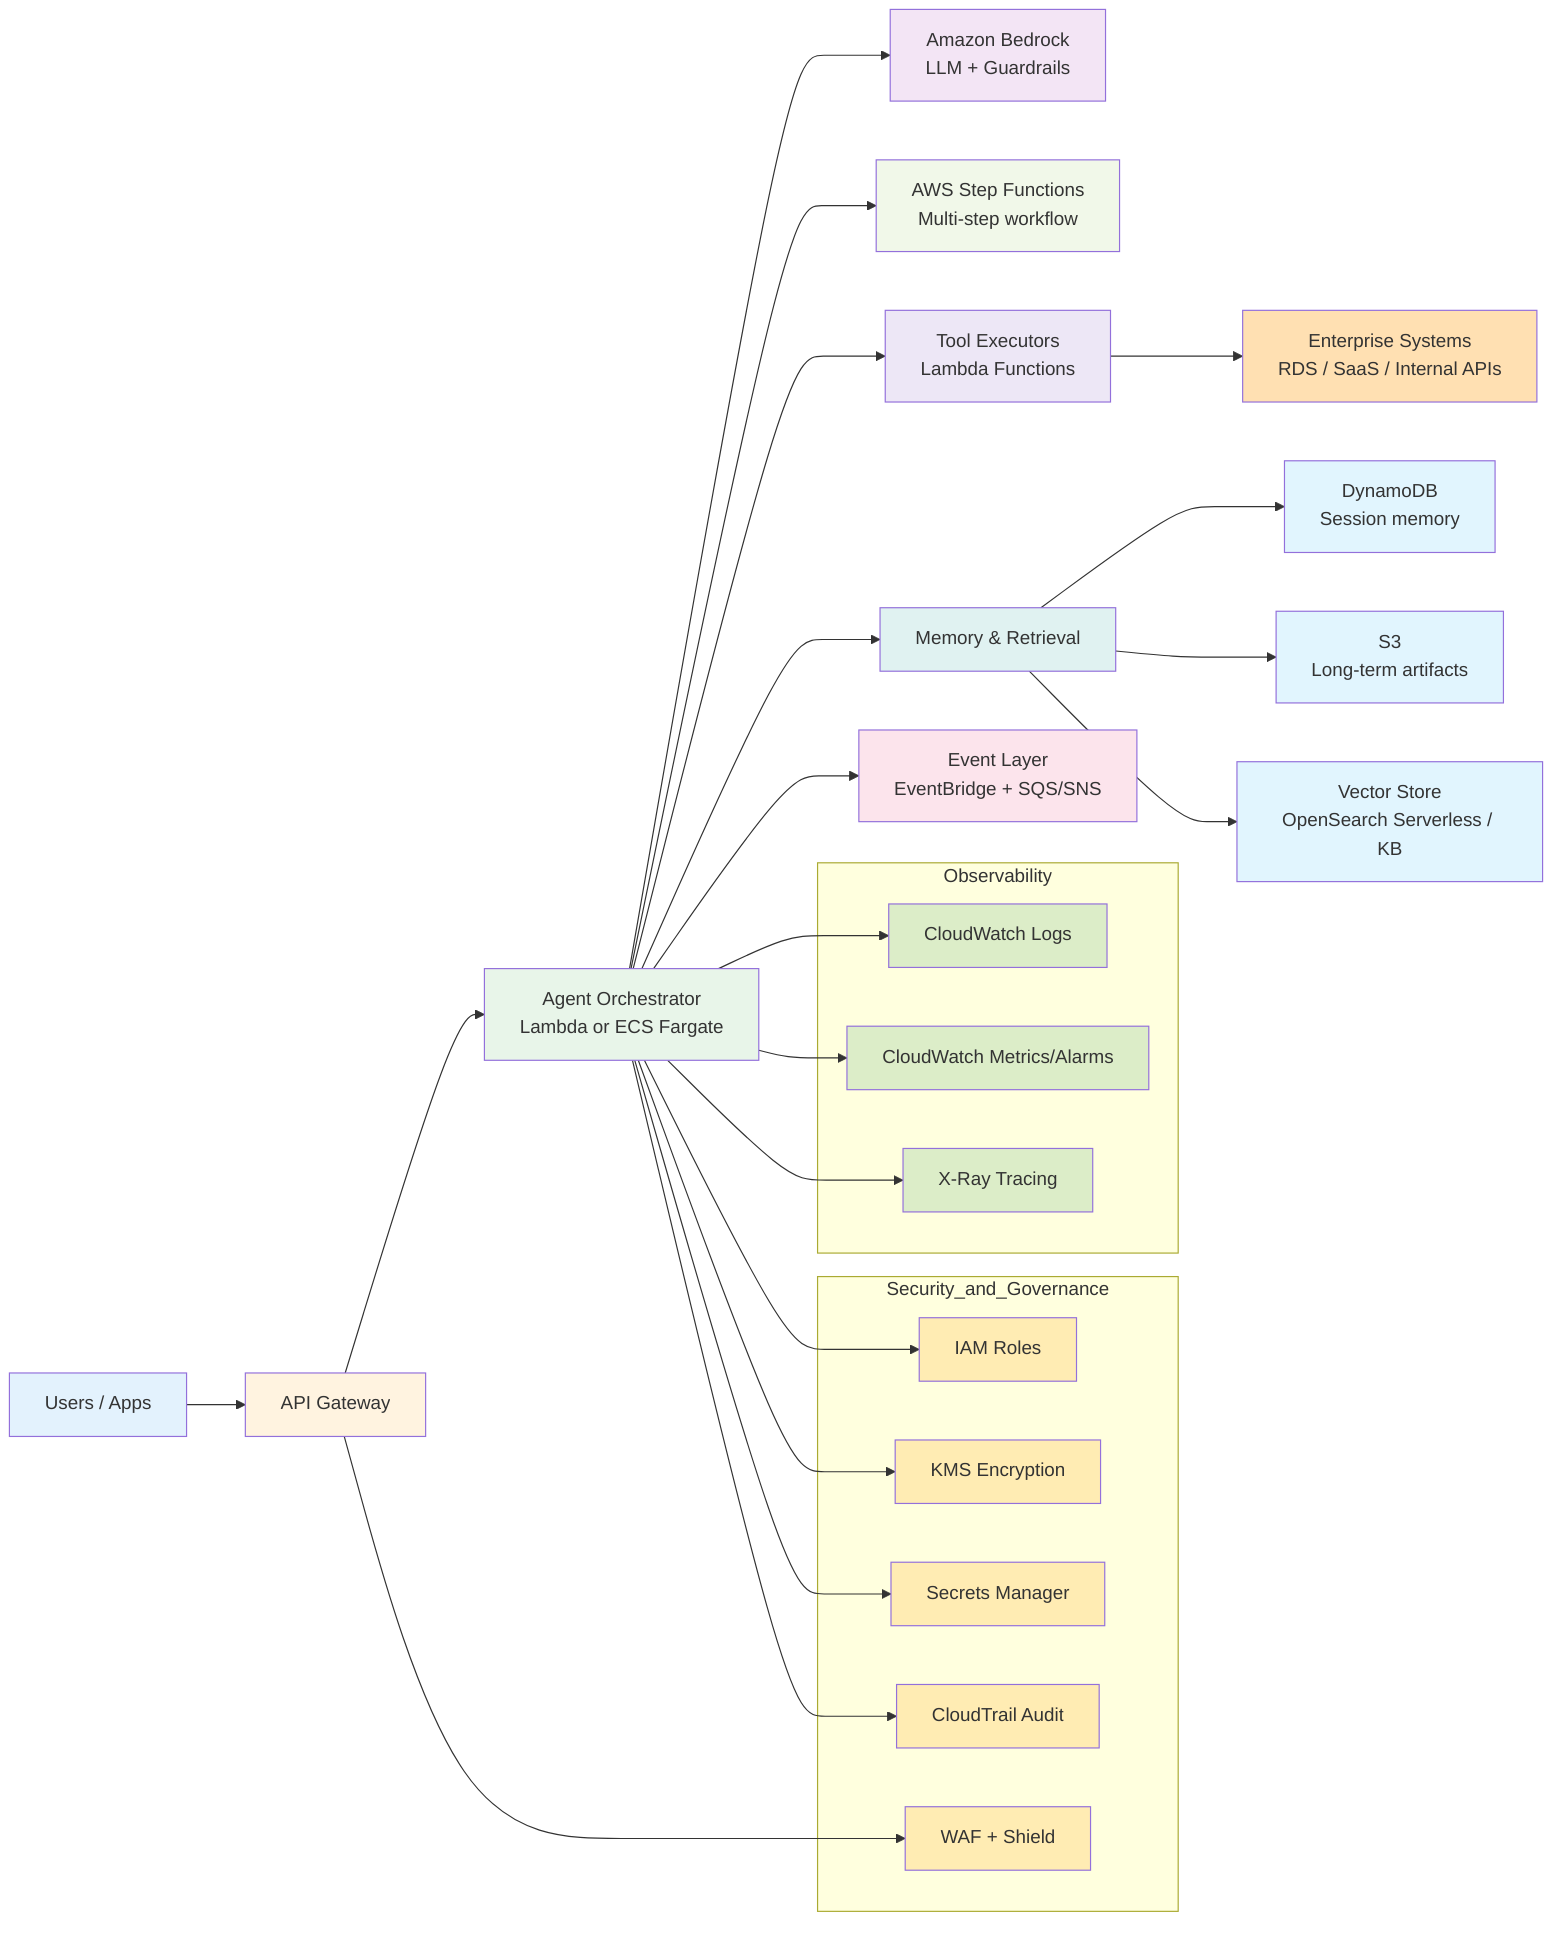
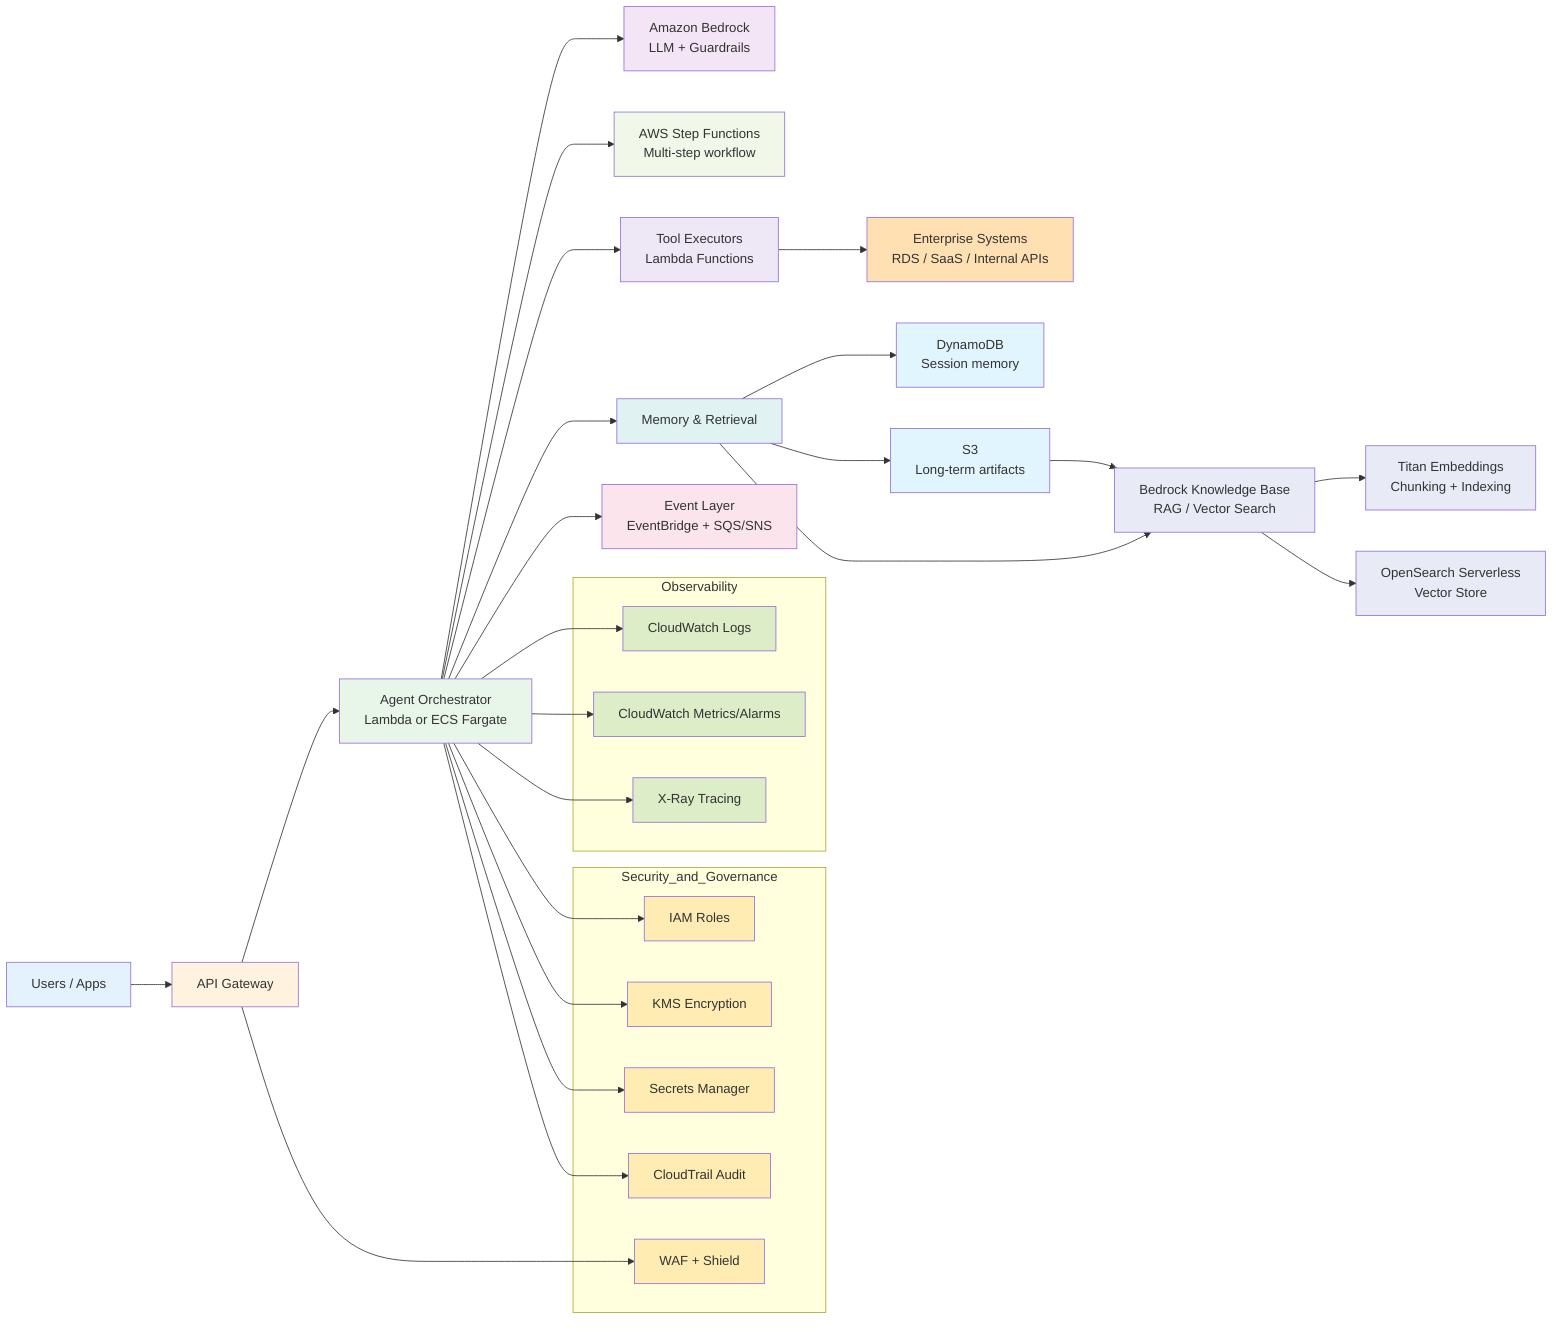
flowchart LR
    U[Users / Apps] --> A[API Gateway]
    A --> O[Agent Orchestrator\nLambda or ECS Fargate]

    O --> M[Amazon Bedrock\nLLM + Guardrails]
    O --> W[AWS Step Functions\nMulti-step workflow]
    O --> T[Tool Executors\nLambda Functions]

    T --> I[Enterprise Systems\nRDS / SaaS / Internal APIs]

    O --> R[Memory & Retrieval]
    R --> D[DynamoDB\nSession memory]
    R --> S[S3\nLong-term artifacts]
-     R --> V[Vector Store\nOpenSearch Serverless / KB]
+     R --> KB[Bedrock Knowledge Base\nRAG / Vector Search]
+     KB --> EMB[Titan Embeddings\nChunking + Indexing]
+     KB --> OSS[OpenSearch Serverless\nVector Store]
+     S --> KB

    O --> E[Event Layer\nEventBridge + SQS/SNS]

    subgraph Security_and_Governance
      G1[IAM Roles]
      G2[KMS Encryption]
      G3[Secrets Manager]
      G4[CloudTrail Audit]
      G5[WAF + Shield]
    end

    subgraph Observability
      C1[CloudWatch Logs]
      C2[CloudWatch Metrics/Alarms]
      C3[X-Ray Tracing]
    end

    O --> C1
    O --> C2
    O --> C3

    A --> G5
    O --> G1
    O --> G2
    O --> G3
    O --> G4

    style U fill:#e3f2fd
    style A fill:#fff3e0
    style O fill:#e8f5e9
    style M fill:#f3e5f5
    style W fill:#f1f8e9
    style T fill:#ede7f6
    style I fill:#ffe0b2
    style R fill:#e0f2f1
    style D fill:#e1f5fe
    style S fill:#e1f5fe
-     style V fill:#e1f5fe
+     style KB fill:#e8eaf6
+     style EMB fill:#e8eaf6
+     style OSS fill:#e8eaf6
    style E fill:#fce4ec
    style G1 fill:#ffecb3
    style G2 fill:#ffecb3
    style G3 fill:#ffecb3
    style G4 fill:#ffecb3
    style G5 fill:#ffecb3
    style C1 fill:#dcedc8
    style C2 fill:#dcedc8
    style C3 fill:#dcedc8